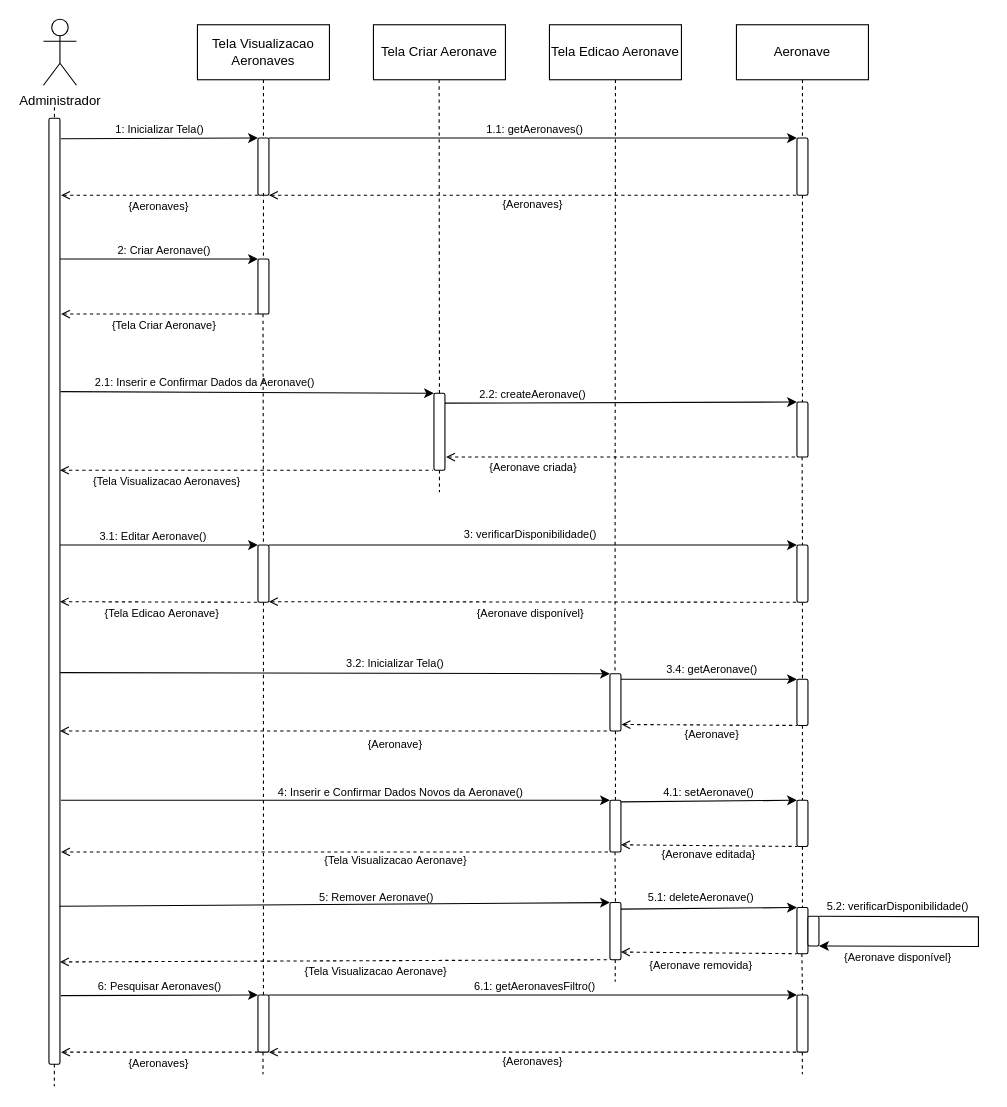
Earlier version of the draw.io diagram Diagramas/Eng_de_Software/Modelos/Sequencia/Manter_Aeronaves.drawio (GabrielGMori/trabalho-conclus-o-ano). Source tidied: cells renumbered, new cells numbered last; positions are measured from the earlier drawing's top-left corner, leaving out a move shared by most shapes. Both pictures are drawn from the tidied source at 110%, with x=0, y=0 at pixel (43, 19).
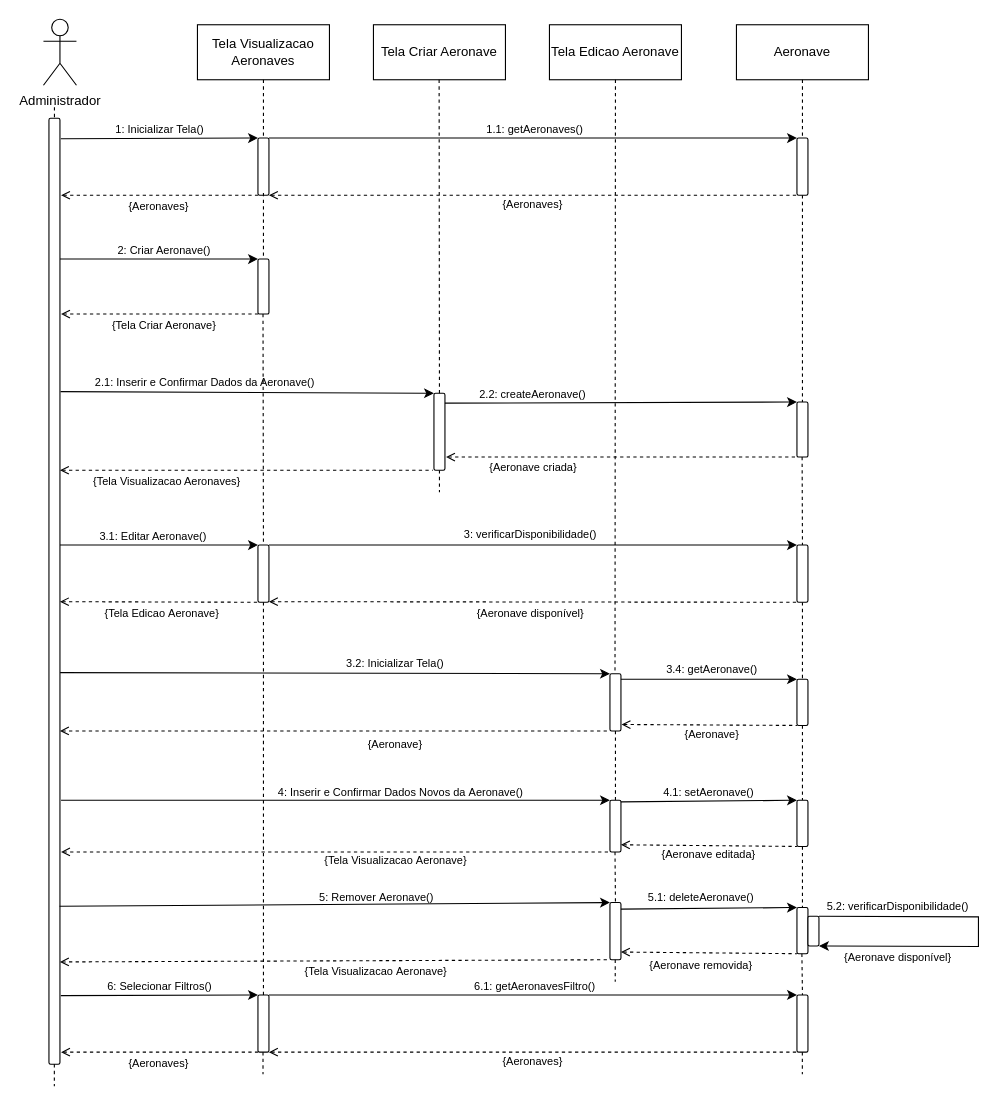
After the change.

What changed in the source:
```diff
@@
-    <mxCell id="88" value="&lt;font&gt;6: Pesquisar Aeronaves()&lt;/font&gt;" style="text;html=1;align=center;verticalAlign=middle;whiteSpace=wrap;rounded=0;fontSize=10;" parent="1" vertex="1">
+    <mxCell id="88" value="&lt;font&gt;6:&amp;nbsp;&lt;font style=&quot;border-color: var(--border-color);&quot;&gt;Selecionar Filtros&lt;/font&gt;&lt;font style=&quot;border-color: var(--border-color);&quot;&gt;()&lt;/font&gt;&lt;/font&gt;" style="text;html=1;align=center;verticalAlign=middle;whiteSpace=wrap;rounded=0;fontSize=10;" parent="1" vertex="1">
       <mxGeometry x="26" y="869" width="160" height="20" as="geometry" />
     </mxCell>
```
